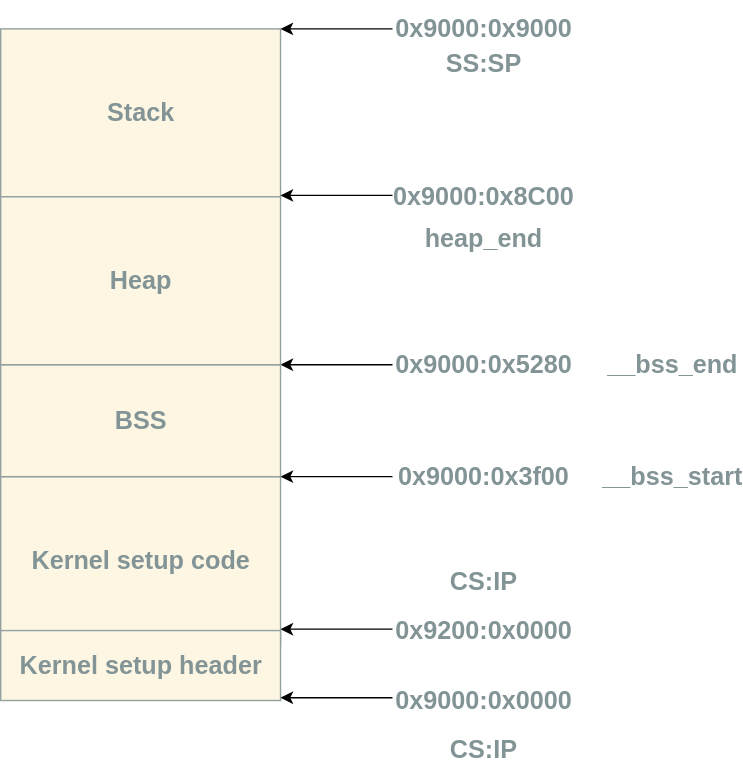
This is Booting/images/early-heap.svg from 0xAX/linux-insides, a draw.io export, as it was before one commit. Source tidied: cells renumbered, new cells last; positions are measured from the earlier drawing's top-left corner, leaving out a move shared by most shapes.
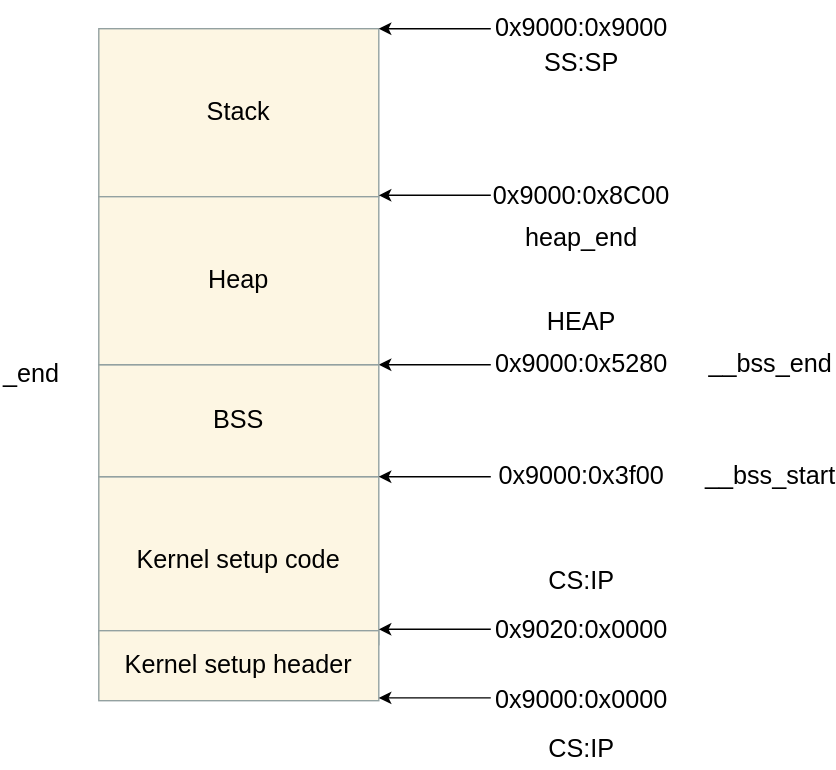
The same diagram one commit later.

Commit message:
boot-2: improve description of the early heap initialization

The edit, as a diff of the source:
```diff
@@ -2,10 +2,10 @@
   <root>
     <mxCell id="0" />
     <mxCell id="1" parent="0" />
-    <mxCell id="2" value="&lt;b&gt;&lt;font style=&quot;font-size: 18px; color: rgb(131, 148, 150);&quot;&gt;Stack&lt;/font&gt;&lt;/b&gt;" style="rounded=0;whiteSpace=wrap;html=1;fillColor=#FDF6E3;strokeColor=#93A1A1;strokeWidth=1;" parent="1" vertex="1">
+    <mxCell id="2" value="&lt;span style=&quot;&quot;&gt;&lt;font style=&quot;font-size: 18px;&quot;&gt;Stack&lt;/font&gt;&lt;/span&gt;" style="rounded=0;whiteSpace=wrap;html=1;fillColor=#FDF6E3;strokeColor=#93A1A1;strokeWidth=1;fontColor=#000000;" parent="1" vertex="1">
       <mxGeometry y="20" width="200" height="120" as="geometry" />
     </mxCell>
-    <mxCell id="3" value="&lt;b&gt;&lt;font style=&quot;font-size: 18px; color: rgb(131, 148, 150);&quot;&gt;Kernel setup code&lt;/font&gt;&lt;/b&gt;" style="rounded=0;whiteSpace=wrap;html=1;gradientColor=none;fillColor=#FDF6E3;fillStyle=auto;strokeWidth=1;strokeColor=#93A1A1;" parent="1" vertex="1">
+    <mxCell id="3" value="&lt;font style=&quot;font-size: 18px; color: rgb(0, 0, 0);&quot;&gt;Kernel setup code&lt;/font&gt;" style="rounded=0;whiteSpace=wrap;html=1;gradientColor=none;fillColor=#FDF6E3;fillStyle=auto;strokeWidth=1;strokeColor=#93A1A1;" parent="1" vertex="1">
       <mxGeometry y="340" width="200" height="120" as="geometry" />
     </mxCell>
     <mxCell id="4" style="edgeStyle=orthogonalEdgeStyle;rounded=0;jettySize=auto;html=1;entryX=1;entryY=0;entryDx=0;entryDy=0;" parent="1" edge="1" source="5" target="2">
@@ -15,10 +15,10 @@
         </Array>
       </mxGeometry>
     </mxCell>
-    <mxCell id="5" value="&lt;font style=&quot;font-size: 18px; color: rgb(131, 148, 150);&quot;&gt;&lt;b&gt;0x9000:0x9000&lt;/b&gt;&lt;/font&gt;" style="text;html=1;align=center;verticalAlign=middle;whiteSpace=wrap;rounded=0;" parent="1" vertex="1">
+    <mxCell id="5" value="&lt;font style=&quot;font-size: 18px; color: rgb(0, 0, 0);&quot;&gt;0x9000:0x9000&lt;/font&gt;" style="text;html=1;align=center;verticalAlign=middle;whiteSpace=wrap;rounded=0;" parent="1" vertex="1">
       <mxGeometry x="280" width="130" height="40" as="geometry" />
     </mxCell>
-    <mxCell id="6" value="&lt;b&gt;&lt;font style=&quot;font-size: 18px; color: rgb(131, 148, 150);&quot;&gt;0x9200:0x0000&lt;/font&gt;&lt;/b&gt;" style="text;html=1;align=center;verticalAlign=middle;whiteSpace=wrap;rounded=0;" parent="1" vertex="1">
+    <mxCell id="6" value="&lt;font style=&quot;font-size: 18px; color: rgb(0, 0, 0);&quot;&gt;0x9020:0x0000&lt;/font&gt;" style="text;html=1;align=center;verticalAlign=middle;whiteSpace=wrap;rounded=0;" parent="1" vertex="1">
       <mxGeometry x="280" y="430" width="130" height="40" as="geometry" />
     </mxCell>
     <mxCell id="7" style="edgeStyle=orthogonalEdgeStyle;rounded=0;orthogonalLoop=1;jettySize=auto;html=1;entryX=1;entryY=0;entryDx=0;entryDy=0;" parent="1" edge="1">
@@ -31,16 +31,16 @@
         </Array>
       </mxGeometry>
     </mxCell>
-    <mxCell id="8" value="&lt;b&gt;&lt;font style=&quot;font-size: 18px; color: rgb(131, 148, 150);&quot;&gt;CS:IP&lt;/font&gt;&lt;/b&gt;" style="text;html=1;align=center;verticalAlign=middle;whiteSpace=wrap;rounded=0;" parent="1" vertex="1">
+    <mxCell id="8" value="&lt;font style=&quot;font-size: 18px; color: rgb(0, 0, 0);&quot;&gt;CS:IP&lt;/font&gt;" style="text;html=1;align=center;verticalAlign=middle;whiteSpace=wrap;rounded=0;" parent="1" vertex="1">
       <mxGeometry x="315" y="400" width="60" height="30" as="geometry" />
     </mxCell>
-    <mxCell id="9" value="&lt;div&gt;&lt;b&gt;&lt;span style=&quot;color: rgb(131, 148, 150);&quot;&gt;SS:SP&lt;/span&gt;&lt;/b&gt;&lt;/div&gt;" style="text;html=1;align=center;verticalAlign=middle;whiteSpace=wrap;rounded=0;fontSize=18;" parent="1" vertex="1">
+    <mxCell id="9" value="&lt;div&gt;&lt;span style=&quot;color: rgb(0, 0, 0);&quot;&gt;SS:SP&lt;/span&gt;&lt;/div&gt;" style="text;html=1;align=center;verticalAlign=middle;whiteSpace=wrap;rounded=0;fontSize=18;" parent="1" vertex="1">
       <mxGeometry x="315" y="30" width="60" height="30" as="geometry" />
     </mxCell>
-    <mxCell id="10" value="&lt;b&gt;&lt;font style=&quot;font-size: 18px; color: rgb(131, 148, 150);&quot;&gt;Kernel setup header&lt;/font&gt;&lt;/b&gt;" style="rounded=0;whiteSpace=wrap;html=1;gradientColor=none;fillColor=#FDF6E3;fillStyle=auto;strokeWidth=1;strokeColor=#93A1A1;" parent="1" vertex="1">
+    <mxCell id="10" value="&lt;font style=&quot;font-size: 18px; color: rgb(0, 0, 0);&quot;&gt;Kernel setup header&lt;/font&gt;" style="rounded=0;whiteSpace=wrap;html=1;gradientColor=none;fillColor=#FDF6E3;fillStyle=auto;strokeWidth=1;strokeColor=#93A1A1;" parent="1" vertex="1">
       <mxGeometry y="450" width="200" height="50" as="geometry" />
     </mxCell>
-    <mxCell id="11" value="&lt;b&gt;&lt;font style=&quot;font-size: 18px; color: rgb(131, 148, 150);&quot;&gt;0x9000:0x0000&lt;/font&gt;&lt;/b&gt;" style="text;html=1;align=center;verticalAlign=middle;whiteSpace=wrap;rounded=0;" parent="1" vertex="1">
+    <mxCell id="11" value="&lt;font style=&quot;font-size: 18px; color: rgb(0, 0, 0);&quot;&gt;0x9000:0x0000&lt;/font&gt;" style="text;html=1;align=center;verticalAlign=middle;whiteSpace=wrap;rounded=0;" parent="1" vertex="1">
       <mxGeometry x="280" y="480" width="130" height="40" as="geometry" />
     </mxCell>
     <mxCell id="12" style="edgeStyle=orthogonalEdgeStyle;rounded=0;orthogonalLoop=1;jettySize=auto;html=1;entryX=1;entryY=0;entryDx=0;entryDy=0;" parent="1" edge="1">
@@ -53,10 +53,10 @@
         </Array>
       </mxGeometry>
     </mxCell>
-    <mxCell id="13" value="&lt;b&gt;&lt;font style=&quot;font-size: 18px; color: rgb(131, 148, 150);&quot;&gt;CS:IP&lt;/font&gt;&lt;/b&gt;" style="text;html=1;align=center;verticalAlign=middle;whiteSpace=wrap;rounded=0;" parent="1" vertex="1">
+    <mxCell id="13" value="&lt;font style=&quot;font-size: 18px; color: rgb(0, 0, 0);&quot;&gt;CS:IP&lt;/font&gt;" style="text;html=1;align=center;verticalAlign=middle;whiteSpace=wrap;rounded=0;" parent="1" vertex="1">
       <mxGeometry x="315" y="520" width="60" height="30" as="geometry" />
     </mxCell>
-    <mxCell id="14" value="&lt;b&gt;&lt;font style=&quot;font-size: 18px; color: rgb(131, 148, 150);&quot;&gt;BSS&lt;/font&gt;&lt;/b&gt;" style="rounded=0;whiteSpace=wrap;html=1;gradientColor=none;fillColor=#FDF6E3;fillStyle=auto;strokeWidth=1;strokeColor=#93A1A1;" parent="1" vertex="1">
+    <mxCell id="14" value="&lt;font style=&quot;font-size: 18px; color: rgb(0, 0, 0);&quot;&gt;BSS&lt;/font&gt;" style="rounded=0;whiteSpace=wrap;html=1;gradientColor=none;fillColor=#FDF6E3;fillStyle=auto;strokeWidth=1;strokeColor=#93A1A1;" parent="1" vertex="1">
       <mxGeometry y="260" width="200" height="80" as="geometry" />
     </mxCell>
     <mxCell id="15" style="edgeStyle=orthogonalEdgeStyle;rounded=0;jettySize=auto;html=1;entryX=1;entryY=0;entryDx=0;entryDy=0;" parent="1" edge="1" source="16" target="14">
@@ -67,7 +67,7 @@
         </Array>
       </mxGeometry>
     </mxCell>
-    <mxCell id="16" value="&lt;font style=&quot;font-size: 18px; color: rgb(131, 148, 150);&quot;&gt;&lt;b&gt;0x9000:0x5280&lt;/b&gt;&lt;/font&gt;" style="text;html=1;align=center;verticalAlign=middle;whiteSpace=wrap;rounded=0;" parent="1" vertex="1">
+    <mxCell id="16" value="&lt;font style=&quot;font-size: 18px; color: rgb(0, 0, 0);&quot;&gt;0x9000:0x5280&lt;/font&gt;" style="text;html=1;align=center;verticalAlign=middle;whiteSpace=wrap;rounded=0;" parent="1" vertex="1">
       <mxGeometry x="280" y="240" width="130" height="40" as="geometry" />
     </mxCell>
     <mxCell id="17" style="edgeStyle=orthogonalEdgeStyle;rounded=0;jettySize=auto;html=1;entryX=1;entryY=0;entryDx=0;entryDy=0;" parent="1" edge="1" source="18" target="3">
@@ -78,22 +78,22 @@
         </Array>
       </mxGeometry>
     </mxCell>
-    <mxCell id="18" value="&lt;b&gt;&lt;font style=&quot;font-size: 18px; color: rgb(131, 148, 150);&quot;&gt;0x9000:0x3f00&lt;/font&gt;&lt;/b&gt;" style="text;html=1;align=center;verticalAlign=middle;whiteSpace=wrap;rounded=0;" parent="1" vertex="1">
+    <mxCell id="18" value="&lt;font style=&quot;font-size: 18px; color: rgb(0, 0, 0);&quot;&gt;0x9000:0x3f00&lt;/font&gt;" style="text;html=1;align=center;verticalAlign=middle;whiteSpace=wrap;rounded=0;" parent="1" vertex="1">
       <mxGeometry x="280" y="320" width="130" height="40" as="geometry" />
     </mxCell>
-    <mxCell id="19" value="&lt;b&gt;&lt;font style=&quot;font-size: 18px; color: rgb(131, 148, 150);&quot;&gt;__bss_start&lt;/font&gt;&lt;/b&gt;" style="text;html=1;align=center;verticalAlign=middle;whiteSpace=wrap;rounded=0;" parent="1" vertex="1">
+    <mxCell id="19" value="&lt;font style=&quot;font-size: 18px; color: rgb(0, 0, 0);&quot;&gt;__bss_start&lt;/font&gt;" style="text;html=1;align=center;verticalAlign=middle;whiteSpace=wrap;rounded=0;" parent="1" vertex="1">
       <mxGeometry x="450" y="325" width="60" height="30" as="geometry" />
     </mxCell>
-    <mxCell id="20" value="&lt;b&gt;&lt;font style=&quot;font-size: 18px; color: rgb(131, 148, 150);&quot;&gt;__bss_end&lt;/font&gt;&lt;/b&gt;" style="text;html=1;align=center;verticalAlign=middle;whiteSpace=wrap;rounded=0;" parent="1" vertex="1">
+    <mxCell id="20" value="&lt;span style=&quot;&quot;&gt;&lt;font style=&quot;font-size: 18px;&quot;&gt;__bss_end&lt;/font&gt;&lt;/span&gt;" style="text;html=1;align=center;verticalAlign=middle;whiteSpace=wrap;rounded=0;fontColor=#000000;" parent="1" vertex="1">
       <mxGeometry x="450" y="245" width="60" height="30" as="geometry" />
     </mxCell>
-    <mxCell id="21" value="&lt;b&gt;&lt;font style=&quot;font-size: 18px; color: rgb(131, 148, 150);&quot;&gt;Heap&lt;/font&gt;&lt;/b&gt;" style="rounded=0;whiteSpace=wrap;html=1;fillColor=#FDF6E3;strokeColor=#93A1A1;strokeWidth=1;" parent="1" vertex="1">
+    <mxCell id="21" value="&lt;font style=&quot;font-size: 18px; color: rgb(0, 0, 0);&quot;&gt;Heap&lt;/font&gt;" style="rounded=0;whiteSpace=wrap;html=1;fillColor=#FDF6E3;strokeColor=#93A1A1;strokeWidth=1;" parent="1" vertex="1">
       <mxGeometry y="140" width="200" height="120" as="geometry" />
     </mxCell>
-    <mxCell id="22" value="&lt;b&gt;&lt;font style=&quot;font-size: 18px; color: rgb(131, 148, 150);&quot;&gt;heap_end&lt;/font&gt;&lt;/b&gt;" style="text;html=1;align=center;verticalAlign=middle;whiteSpace=wrap;rounded=0;" parent="1" vertex="1">
+    <mxCell id="22" value="&lt;span style=&quot;&quot;&gt;&lt;font style=&quot;font-size: 18px;&quot;&gt;heap_end&lt;/font&gt;&lt;/span&gt;" style="text;html=1;align=center;verticalAlign=middle;whiteSpace=wrap;rounded=0;fontColor=#000000;" parent="1" vertex="1">
       <mxGeometry x="280" y="150" width="130" height="40" as="geometry" />
     </mxCell>
-    <mxCell id="23" value="&lt;b&gt;&lt;font style=&quot;font-size: 18px; color: rgb(131, 148, 150);&quot;&gt;0x9000:0x8C00&lt;/font&gt;&lt;/b&gt;" style="text;html=1;align=center;verticalAlign=middle;whiteSpace=wrap;rounded=0;" parent="1" vertex="1">
+    <mxCell id="23" value="&lt;font style=&quot;font-size: 18px; color: rgb(0, 0, 0);&quot;&gt;0x9000:0x8C00&lt;/font&gt;" style="text;html=1;align=center;verticalAlign=middle;whiteSpace=wrap;rounded=0;" parent="1" vertex="1">
       <mxGeometry x="280" y="120" width="130" height="40" as="geometry" />
     </mxCell>
     <mxCell id="24" style="edgeStyle=orthogonalEdgeStyle;rounded=0;orthogonalLoop=1;jettySize=auto;html=1;entryX=1;entryY=0;entryDx=0;entryDy=0;" parent="1" edge="1">
@@ -106,5 +106,11 @@
         </Array>
       </mxGeometry>
     </mxCell>
+    <mxCell id="25" value="&lt;span style=&quot;&quot;&gt;&lt;font style=&quot;font-size: 18px;&quot;&gt;_end&lt;/font&gt;&lt;/span&gt;" style="text;whiteSpace=wrap;html=1;fontColor=#000000;" parent="1" vertex="1">
+      <mxGeometry x="-70" y="250" width="130" height="50" as="geometry" />
+    </mxCell>
+    <mxCell id="26" value="&lt;font style=&quot;font-size: 18px;&quot;&gt;HEAP&lt;/font&gt;" style="text;html=1;align=center;verticalAlign=middle;whiteSpace=wrap;rounded=0;fontColor=#000000;" parent="1" vertex="1">
+      <mxGeometry x="280" y="210" width="130" height="40" as="geometry" />
+    </mxCell>
   </root>
 </mxGraphModel>
```
